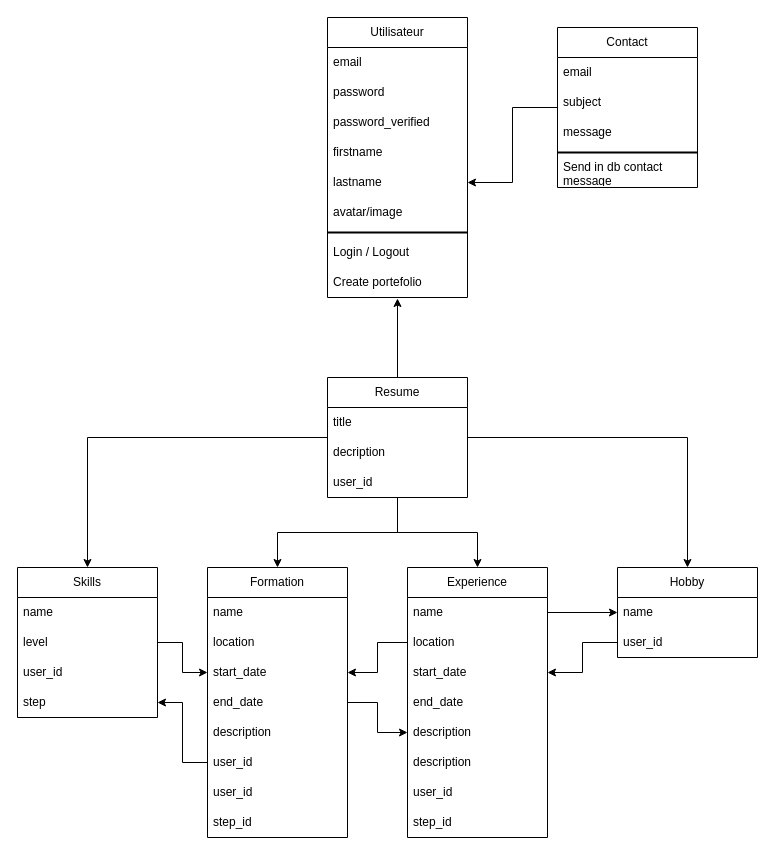
The draw.io diagram schema_bdd.drawio in Sanosuke95/portfolio_cvapp, before the edit. Source tidied: cells renumbered, new cells numbered last; positions are measured from the earlier drawing's top-left corner, leaving out a move shared by most shapes. Both pictures are drawn from the tidied source at 100%, with x=0, y=0 at pixel (17, 17).
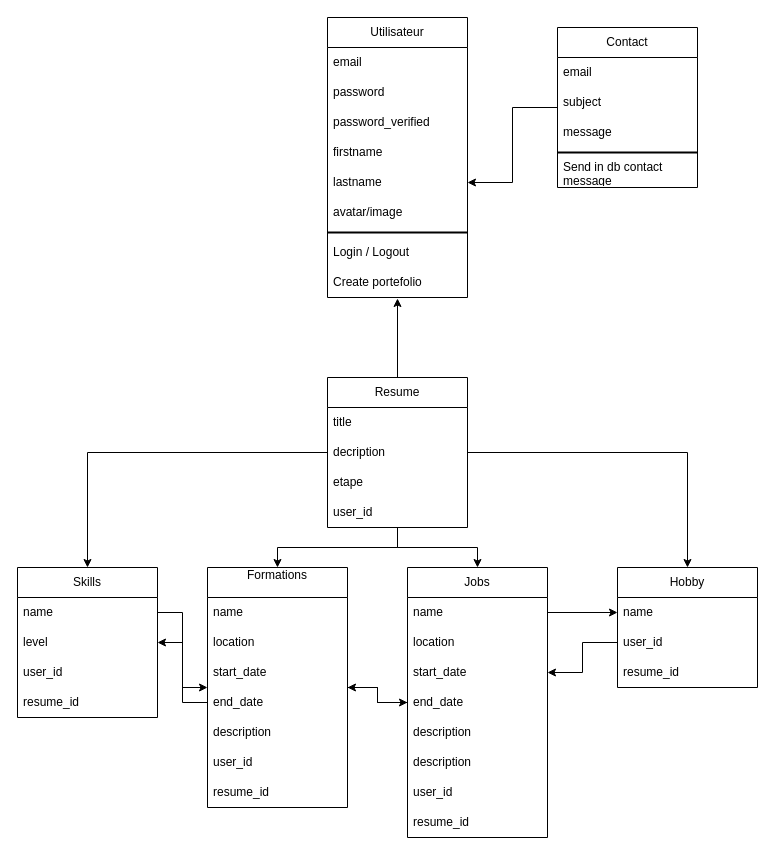
Above is the later version.

Commit message:
mise à jour du schema de la base de donnée

The change refers to these unchanged cells:
```xml
<mxCell id="28" value="Skills" style="swimlane;fontStyle=0;horizontal=1;startSize=30;whiteSpace=wrap;html=1;" parent="1" vertex="1">
  <mxGeometry y="550" width="140" height="150" as="geometry" />
</mxCell>
<mxCell id="29" value="name" style="text;strokeColor=none;fillColor=none;align=left;verticalAlign=middle;spacingLeft=4;spacingRight=4;overflow=hidden;points=[[0,0.5],[1,0.5]];portConstraint=eastwest;whiteSpace=wrap;html=1;" parent="28" vertex="1">
  <mxGeometry y="30" width="140" height="30" as="geometry" />
</mxCell>
<mxCell id="30" value="level" style="text;strokeColor=none;fillColor=none;align=left;verticalAlign=middle;spacingLeft=4;spacingRight=4;overflow=hidden;points=[[0,0.5],[1,0.5]];portConstraint=eastwest;whiteSpace=wrap;html=1;" parent="28" vertex="1">
  <mxGeometry y="60" width="140" height="30" as="geometry" />
</mxCell>
<mxCell id="36" value="start_date" style="text;strokeColor=none;fillColor=none;align=left;verticalAlign=middle;spacingLeft=4;spacingRight=4;overflow=hidden;points=[[0,0.5],[1,0.5]];portConstraint=eastwest;whiteSpace=wrap;html=1;" parent="33" vertex="1">
  <mxGeometry y="90" width="140" height="30" as="geometry" />
</mxCell>
<mxCell id="37" value="end_date" style="text;strokeColor=none;fillColor=none;align=left;verticalAlign=middle;spacingLeft=4;spacingRight=4;overflow=hidden;points=[[0,0.5],[1,0.5]];portConstraint=eastwest;whiteSpace=wrap;html=1;" parent="33" vertex="1">
  <mxGeometry y="120" width="140" height="30" as="geometry" />
</mxCell>
<mxCell id="39" value="user_id" style="text;strokeColor=none;fillColor=none;align=left;verticalAlign=middle;spacingLeft=4;spacingRight=4;overflow=hidden;points=[[0,0.5],[1,0.5]];portConstraint=eastwest;whiteSpace=wrap;html=1;" parent="33" vertex="1">
  <mxGeometry y="180" width="140" height="30" as="geometry" />
</mxCell>
<mxCell id="44" value="location" style="text;strokeColor=none;fillColor=none;align=left;verticalAlign=middle;spacingLeft=4;spacingRight=4;overflow=hidden;points=[[0,0.5],[1,0.5]];portConstraint=eastwest;whiteSpace=wrap;html=1;" parent="42" vertex="1">
  <mxGeometry y="60" width="140" height="30" as="geometry" />
</mxCell>
<mxCell id="47" value="description" style="text;strokeColor=none;fillColor=none;align=left;verticalAlign=middle;spacingLeft=4;spacingRight=4;overflow=hidden;points=[[0,0.5],[1,0.5]];portConstraint=eastwest;whiteSpace=wrap;html=1;" parent="42" vertex="1">
  <mxGeometry y="150" width="140" height="30" as="geometry" />
</mxCell>
```

Diff of the diagram source:
```diff
@@
     <mxCell id="24" value="Resume" style="swimlane;fontStyle=0;horizontal=1;startSize=30;whiteSpace=wrap;html=1;" parent="1" vertex="1">
-      <mxGeometry x="310" y="360" width="140" height="120" as="geometry" />
+      <mxGeometry x="310" y="360" width="140" height="150" as="geometry" />
     </mxCell>
@@
+    <mxCell id="60" value="etape" style="text;strokeColor=none;fillColor=none;align=left;verticalAlign=middle;spacingLeft=4;spacingRight=4;overflow=hidden;whiteSpace=wrap;html=1;" parent="24" vertex="1">
+      <mxGeometry y="90" width="140" height="30" as="geometry" />
+    </mxCell>
     <mxCell id="27" value="user_id" style="text;strokeColor=none;fillColor=none;align=left;verticalAlign=middle;spacingLeft=4;spacingRight=4;overflow=hidden;whiteSpace=wrap;html=1;" parent="24" vertex="1">
-      <mxGeometry y="90" width="140" height="30" as="geometry" />
+      <mxGeometry y="120" width="140" height="30" as="geometry" />
     </mxCell>
@@
-    <mxCell id="32" value="step" style="text;strokeColor=none;fillColor=none;align=left;verticalAlign=middle;spacingLeft=4;spacingRight=4;overflow=hidden;points=[[0,0.5],[1,0.5]];portConstraint=eastwest;whiteSpace=wrap;html=1;" parent="28" vertex="1">
-      <mxGeometry y="120" width="140" height="30" as="geometry" />
-    </mxCell>
+    <mxCell id="61" value="resume_id" style="text;strokeColor=none;fillColor=none;align=left;verticalAlign=middle;spacingLeft=4;spacingRight=4;overflow=hidden;whiteSpace=wrap;html=1;" parent="28" vertex="1">
+      <mxGeometry y="120" width="140" height="30" as="geometry" />
+    </mxCell>
+    <mxCell id="62" style="edgeStyle=orthogonalEdgeStyle;rounded=0;jettySize=auto;html=1;" parent="1" edge="1" source="33" target="42">
+      <mxGeometry relative="1" as="geometry" />
+    </mxCell>
-    <mxCell id="33" value="Formation" style="swimlane;fontStyle=0;horizontal=1;startSize=30;whiteSpace=wrap;html=1;" parent="1" vertex="1">
-      <mxGeometry x="190" y="550" width="140" height="270" as="geometry" />
+    <mxCell id="33" value="Formations&lt;div&gt;&lt;br&gt;&lt;/div&gt;" style="swimlane;fontStyle=0;horizontal=1;startSize=30;whiteSpace=wrap;html=1;" parent="1" vertex="1">
+      <mxGeometry x="190" y="550" width="140" height="240" as="geometry" />
     </mxCell>
@@
-    <mxCell id="40" value="user_id" style="text;strokeColor=none;fillColor=none;align=left;verticalAlign=middle;spacingLeft=4;spacingRight=4;overflow=hidden;whiteSpace=wrap;html=1;" parent="33" vertex="1">
+    <mxCell id="40" value="resume_id" style="text;strokeColor=none;fillColor=none;align=left;verticalAlign=middle;spacingLeft=4;spacingRight=4;overflow=hidden;whiteSpace=wrap;html=1;" parent="33" vertex="1">
       <mxGeometry y="210" width="140" height="30" as="geometry" />
     </mxCell>
-    <mxCell id="41" value="step_id" style="text;strokeColor=none;fillColor=none;align=left;verticalAlign=middle;spacingLeft=4;spacingRight=4;overflow=hidden;whiteSpace=wrap;html=1;" parent="33" vertex="1">
-      <mxGeometry y="240" width="140" height="30" as="geometry" />
-    </mxCell>
+    <mxCell id="63" style="edgeStyle=orthogonalEdgeStyle;rounded=0;jettySize=auto;html=1;" parent="1" edge="1" source="42" target="33">
+      <mxGeometry relative="1" as="geometry" />
+    </mxCell>
-    <mxCell id="42" value="Experience" style="swimlane;fontStyle=0;horizontal=1;startSize=30;whiteSpace=wrap;html=1;" parent="1" vertex="1">
+    <mxCell id="42" value="Jobs" style="swimlane;fontStyle=0;horizontal=1;startSize=30;whiteSpace=wrap;html=1;" parent="1" vertex="1">
       <mxGeometry x="390" y="550" width="140" height="270" as="geometry" />
     </mxCell>
@@
-    <mxCell id="50" value="step_id" style="text;strokeColor=none;fillColor=none;align=left;verticalAlign=middle;spacingLeft=4;spacingRight=4;overflow=hidden;whiteSpace=wrap;html=1;" parent="42" vertex="1">
-      <mxGeometry y="240" width="140" height="30" as="geometry" />
-    </mxCell>
-    <mxCell id="51" style="edgeStyle=orthogonalEdgeStyle;rounded=0;jettySize=auto;html=1;" parent="1" edge="1" source="37" target="47">
-      <mxGeometry relative="1" as="geometry" />
-    </mxCell>
+    <mxCell id="64" value="resume_id" style="text;strokeColor=none;fillColor=none;align=left;verticalAlign=middle;spacingLeft=4;spacingRight=4;overflow=hidden;whiteSpace=wrap;html=1;" parent="42" vertex="1">
+      <mxGeometry y="240" width="140" height="30" as="geometry" />
+    </mxCell>
     <mxCell id="52" value="Hobby" style="swimlane;fontStyle=0;horizontal=1;startSize=30;whiteSpace=wrap;html=1;" parent="1" vertex="1">
-      <mxGeometry x="600" y="550" width="140" height="90" as="geometry" />
+      <mxGeometry x="600" y="550" width="140" height="120" as="geometry" />
     </mxCell>
@@
+    <mxCell id="65" value="resume_id" style="text;strokeColor=none;fillColor=none;align=left;verticalAlign=middle;spacingLeft=4;spacingRight=4;overflow=hidden;whiteSpace=wrap;html=1;" parent="52" vertex="1">
+      <mxGeometry y="90" width="140" height="30" as="geometry" />
+    </mxCell>
@@
-    <mxCell id="56" style="edgeStyle=orthogonalEdgeStyle;rounded=0;jettySize=auto;html=1;" parent="1" edge="1" source="44" target="36">
-      <mxGeometry relative="1" as="geometry" />
-    </mxCell>
@@
-    <mxCell id="58" style="edgeStyle=orthogonalEdgeStyle;rounded=0;jettySize=auto;html=1;entryX=1;entryY=0.5;entryDx=0;entryDy=0;" parent="1" edge="1" source="39" target="32">
-      <mxGeometry relative="1" as="geometry" />
-    </mxCell>
-    <mxCell id="59" style="edgeStyle=orthogonalEdgeStyle;rounded=0;jettySize=auto;html=1;" parent="1" edge="1" source="30" target="36">
-      <mxGeometry relative="1" as="geometry" />
-    </mxCell>
+    <mxCell id="66" style="edgeStyle=orthogonalEdgeStyle;rounded=0;jettySize=auto;html=1;" parent="1" edge="1" source="37" target="28">
+      <mxGeometry relative="1" as="geometry" />
+    </mxCell>
+    <mxCell id="67" style="edgeStyle=orthogonalEdgeStyle;rounded=0;jettySize=auto;html=1;" parent="1" edge="1" source="29" target="33">
+      <mxGeometry relative="1" as="geometry" />
+    </mxCell>
```
